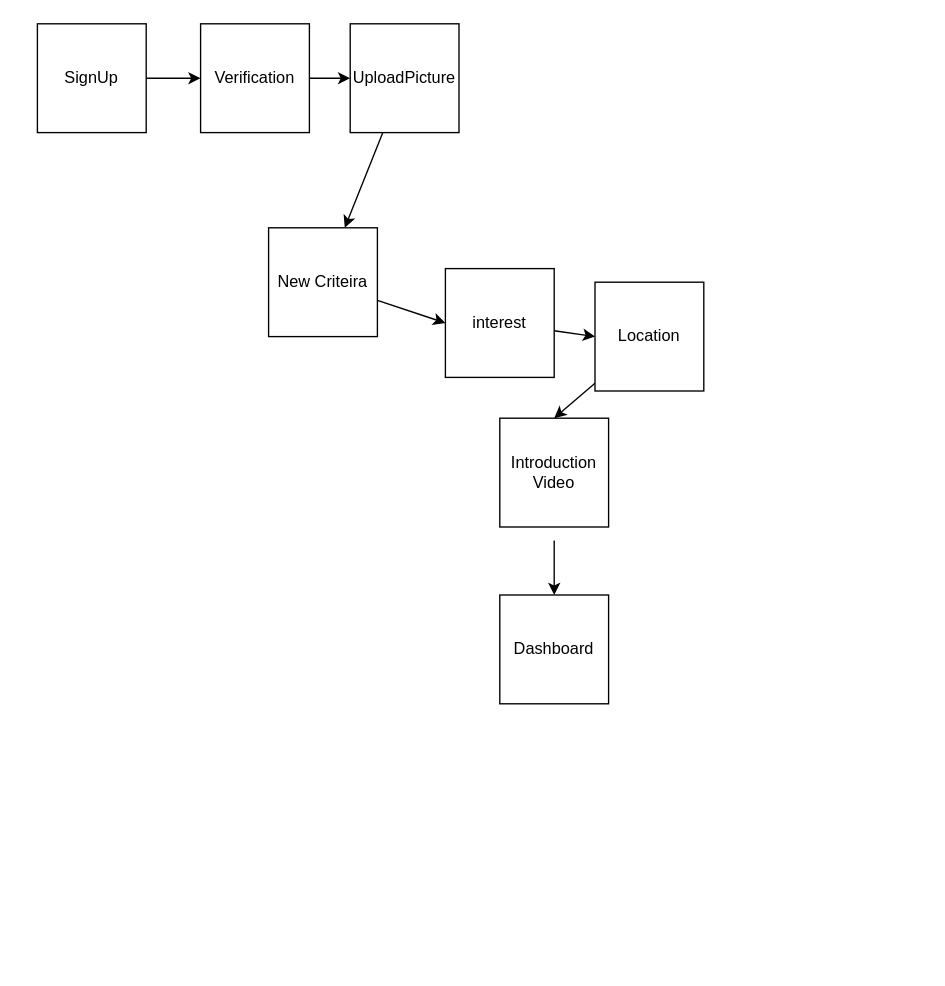
This is lib/blueprint.drawio from Christentimmy/New-LinkPal, a draw.io file, before an edit. Source tidied: cells renumbered, new cells numbered last; positions are measured from the earlier drawing's top-left corner, leaving out a move shared by most shapes. Both pictures are drawn from the tidied source at 136%, with x=0, y=0 at pixel (37, 23).
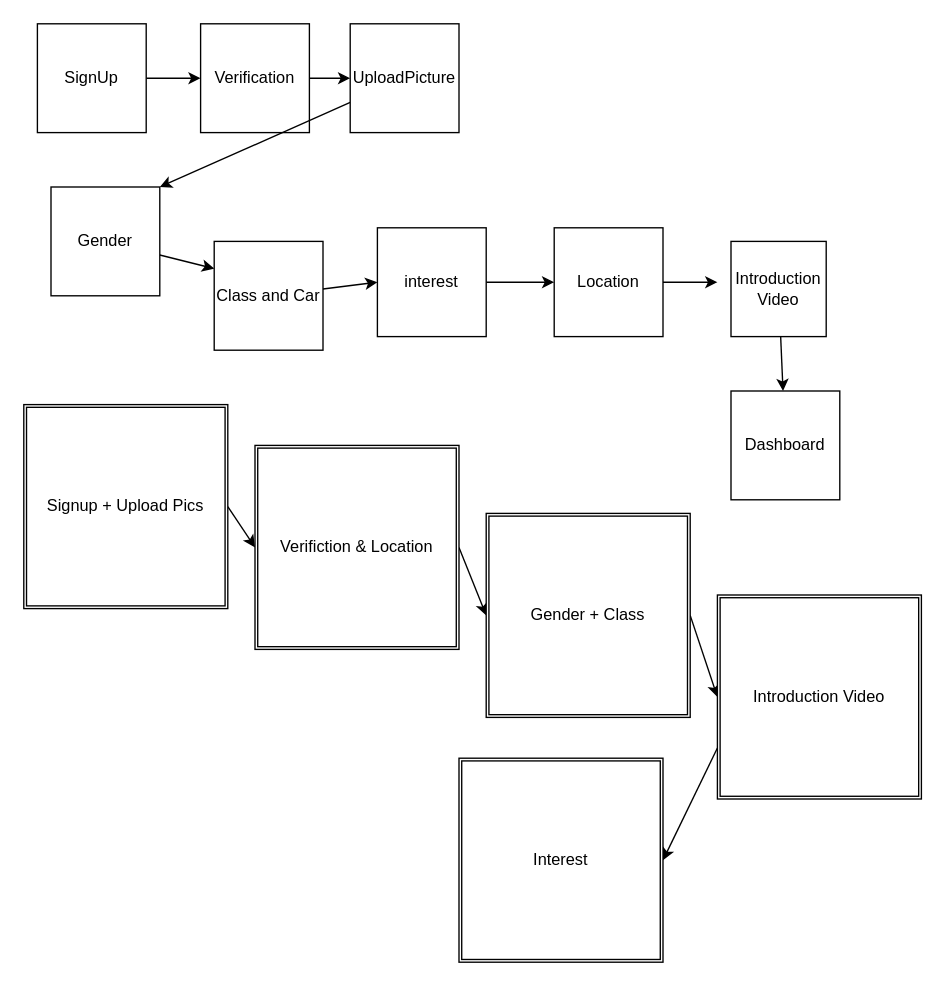
The same page after the edit.

Unchanged cells that the change refers to:
```xml
<mxCell id="7" value="UploadPicture" style="whiteSpace=wrap;html=1;" parent="1" vertex="1">
  <mxGeometry x="230" width="80" height="80" as="geometry" />
</mxCell>
```

What changed in the source:
```diff
@@
-    <mxCell id="6" style="edgeStyle=none;html=1;" parent="1" edge="1" source="7" target="16">
+    <mxCell id="6" style="edgeStyle=none;html=1;entryX=1;entryY=0;entryDx=0;entryDy=0;" parent="1" edge="1" source="7" target="19">
       <mxGeometry relative="1" as="geometry" />
     </mxCell>
@@
     <mxCell id="9" value="interest" style="whiteSpace=wrap;html=1;" parent="1" vertex="1">
-      <mxGeometry x="300" y="180" width="80" height="80" as="geometry" />
+      <mxGeometry x="250" y="150" width="80" height="80" as="geometry" />
     </mxCell>
-    <mxCell id="10" style="edgeStyle=none;html=1;entryX=0.5;entryY=0;entryDx=0;entryDy=0;" parent="1" edge="1" source="11" target="13">
-      <mxGeometry relative="1" as="geometry" />
+    <mxCell id="10" style="edgeStyle=none;html=1;" parent="1" edge="1" source="11">
+      <mxGeometry relative="1" as="geometry">
+        <mxPoint x="500" y="190" as="targetPoint" />
+      </mxGeometry>
     </mxCell>
     <mxCell id="11" value="Location" style="whiteSpace=wrap;html=1;" parent="1" vertex="1">
-      <mxGeometry x="410" y="190" width="80" height="80" as="geometry" />
+      <mxGeometry x="380" y="150" width="80" height="80" as="geometry" />
     </mxCell>
-    <mxCell id="12" style="edgeStyle=none;html=1;" parent="1" edge="1" target="14">
-      <mxGeometry relative="1" as="geometry">
-        <mxPoint x="380" y="380" as="sourcePoint" />
-      </mxGeometry>
-    </mxCell>
+    <mxCell id="17" style="edgeStyle=none;html=1;" parent="1" edge="1" source="13" target="14">
+      <mxGeometry relative="1" as="geometry" />
+    </mxCell>
     <mxCell id="13" value="Introduction Video" style="whiteSpace=wrap;html=1;" parent="1" vertex="1">
-      <mxGeometry x="340" y="290" width="80" height="80" as="geometry" />
+      <mxGeometry x="510" y="160" width="70" height="70" as="geometry" />
     </mxCell>
     <mxCell id="14" value="Dashboard" style="whiteSpace=wrap;html=1;" parent="1" vertex="1">
-      <mxGeometry x="340" y="420" width="80" height="80" as="geometry" />
+      <mxGeometry x="510" y="270" width="80" height="80" as="geometry" />
     </mxCell>
@@
-    <mxCell id="16" value="New Criteira" style="whiteSpace=wrap;html=1;" parent="1" vertex="1">
-      <mxGeometry x="170" y="150" width="80" height="80" as="geometry" />
+    <mxCell id="16" value="Class and Car" style="whiteSpace=wrap;html=1;" parent="1" vertex="1">
+      <mxGeometry x="130" y="160" width="80" height="80" as="geometry" />
     </mxCell>
+    <mxCell id="18" style="edgeStyle=none;html=1;entryX=0;entryY=0.25;entryDx=0;entryDy=0;" parent="1" edge="1" source="19" target="16">
+      <mxGeometry relative="1" as="geometry" />
+    </mxCell>
+    <mxCell id="19" value="Gender" style="whiteSpace=wrap;html=1;" parent="1" vertex="1">
+      <mxGeometry x="10" y="120" width="80" height="80" as="geometry" />
+    </mxCell>
+    <mxCell id="20" style="edgeStyle=none;html=1;exitX=1;exitY=0.5;exitDx=0;exitDy=0;entryX=0;entryY=0.5;entryDx=0;entryDy=0;" parent="1" edge="1" source="21" target="23">
+      <mxGeometry relative="1" as="geometry" />
+    </mxCell>
+    <mxCell id="21" value="Signup + Upload Pics" style="shape=ext;double=1;whiteSpace=wrap;html=1;" parent="1" vertex="1">
+      <mxGeometry x="-10" y="280" width="150" height="150" as="geometry" />
+    </mxCell>
+    <mxCell id="22" style="edgeStyle=none;html=1;exitX=1;exitY=0.5;exitDx=0;exitDy=0;entryX=0;entryY=0.5;entryDx=0;entryDy=0;" parent="1" edge="1" source="23" target="25">
+      <mxGeometry relative="1" as="geometry" />
+    </mxCell>
+    <mxCell id="23" value="Verifiction &amp;amp; Location" style="shape=ext;double=1;whiteSpace=wrap;html=1;" parent="1" vertex="1">
+      <mxGeometry x="160" y="310" width="150" height="150" as="geometry" />
+    </mxCell>
+    <mxCell id="24" style="edgeStyle=none;html=1;exitX=1;exitY=0.5;exitDx=0;exitDy=0;entryX=0;entryY=0.5;entryDx=0;entryDy=0;" parent="1" edge="1" source="25" target="27">
+      <mxGeometry relative="1" as="geometry" />
+    </mxCell>
+    <mxCell id="25" value="Gender + Class" style="shape=ext;double=1;whiteSpace=wrap;html=1;" parent="1" vertex="1">
+      <mxGeometry x="330" y="360" width="150" height="150" as="geometry" />
+    </mxCell>
+    <mxCell id="26" style="edgeStyle=none;html=1;exitX=0;exitY=0.75;exitDx=0;exitDy=0;entryX=1;entryY=0.5;entryDx=0;entryDy=0;" parent="1" edge="1" source="27" target="28">
+      <mxGeometry relative="1" as="geometry" />
+    </mxCell>
+    <mxCell id="27" value="Introduction Video" style="shape=ext;double=1;whiteSpace=wrap;html=1;" parent="1" vertex="1">
+      <mxGeometry x="500" y="420" width="150" height="150" as="geometry" />
+    </mxCell>
+    <mxCell id="28" value="Interest" style="shape=ext;double=1;whiteSpace=wrap;html=1;" parent="1" vertex="1">
+      <mxGeometry x="310" y="540" width="150" height="150" as="geometry" />
+    </mxCell>
```
